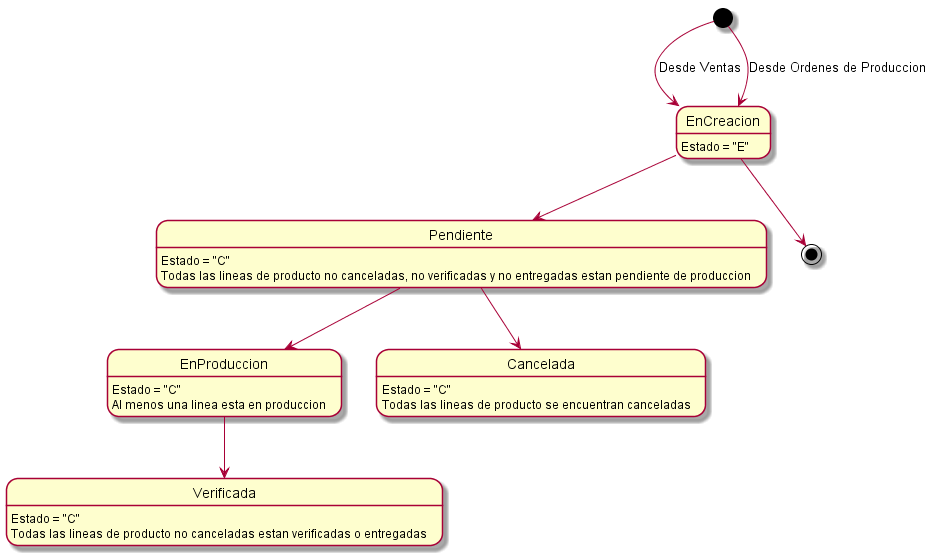
This is Informe Final/Imagenes/DiagramasEstado/DiagramaDeEstado/ordenesProduccion.png from ZMGestion/DocumentacionZMGestion, a PlantUML export, as it was before one commit.
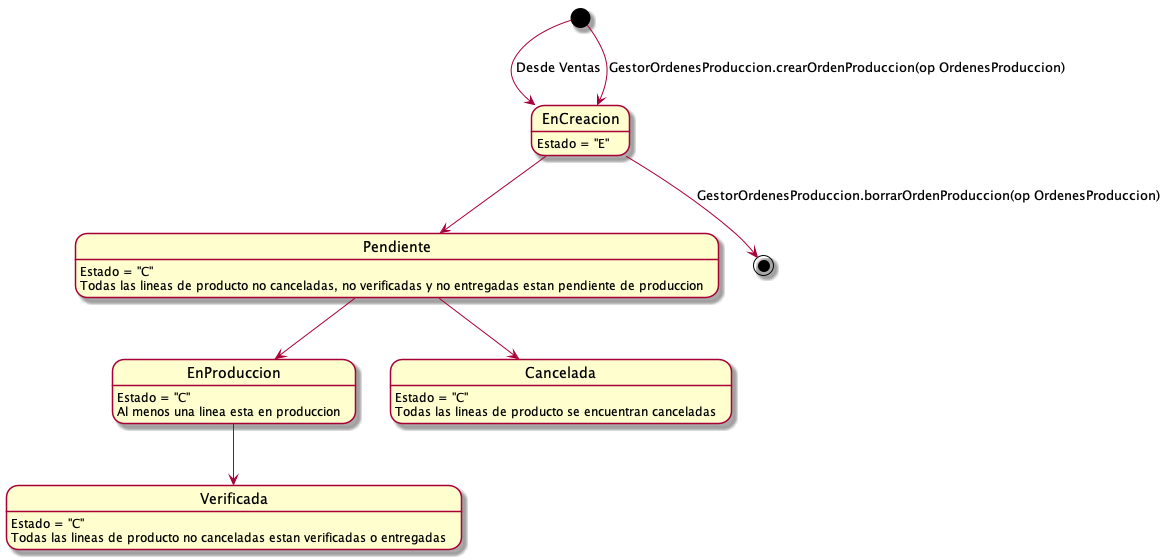
Later version of the same file.

The edit, as a diff of the source:
```diff
@@ -10,8 +10,8 @@
 Cancelada: Todas las lineas de producto se encuentran canceladas
 
 [*]--> EnCreacion: Desde Ventas
-[*]--> EnCreacion: Desde Ordenes de Produccion
-EnCreacion --> [*]
+[*]--> EnCreacion: GestorOrdenesProduccion.crearOrdenProduccion(op OrdenesProduccion)
+EnCreacion --> [*]: GestorOrdenesProduccion.borrarOrdenProduccion(op OrdenesProduccion)
 EnCreacion -->Pendiente
 Pendiente --> EnProduccion
 Pendiente --> Cancelada
```
